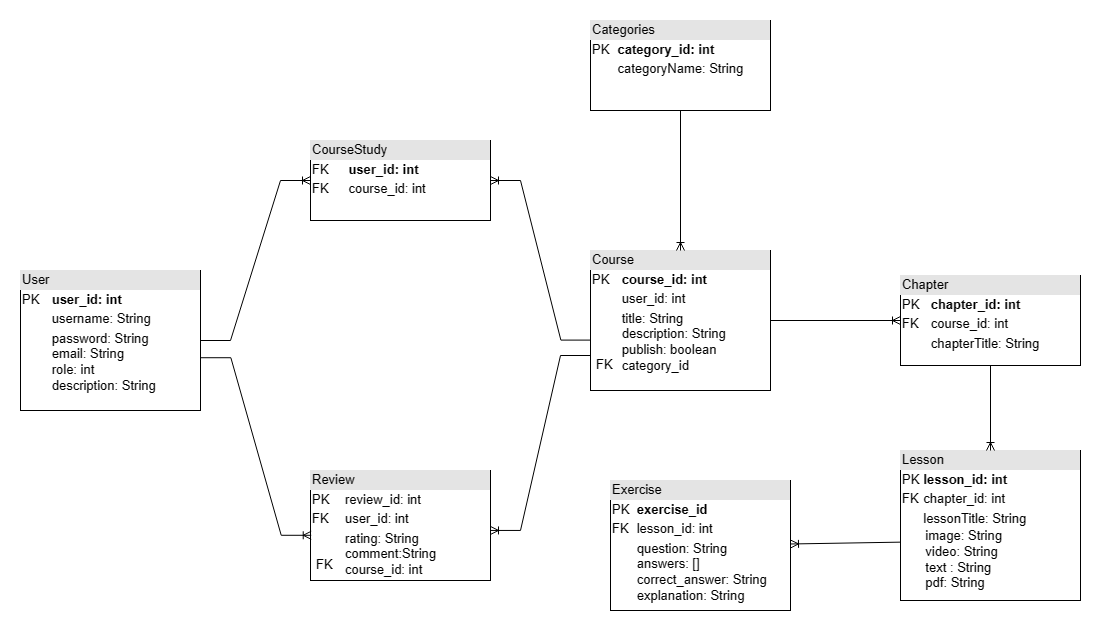
Earlier version of the draw.io export DATN/database.drawio.png (Duong1311/WEB_HOC_TAP). Source tidied: cells renumbered, new cells last; positions are measured from the earlier drawing's top-left corner, leaving out a move shared by most shapes.
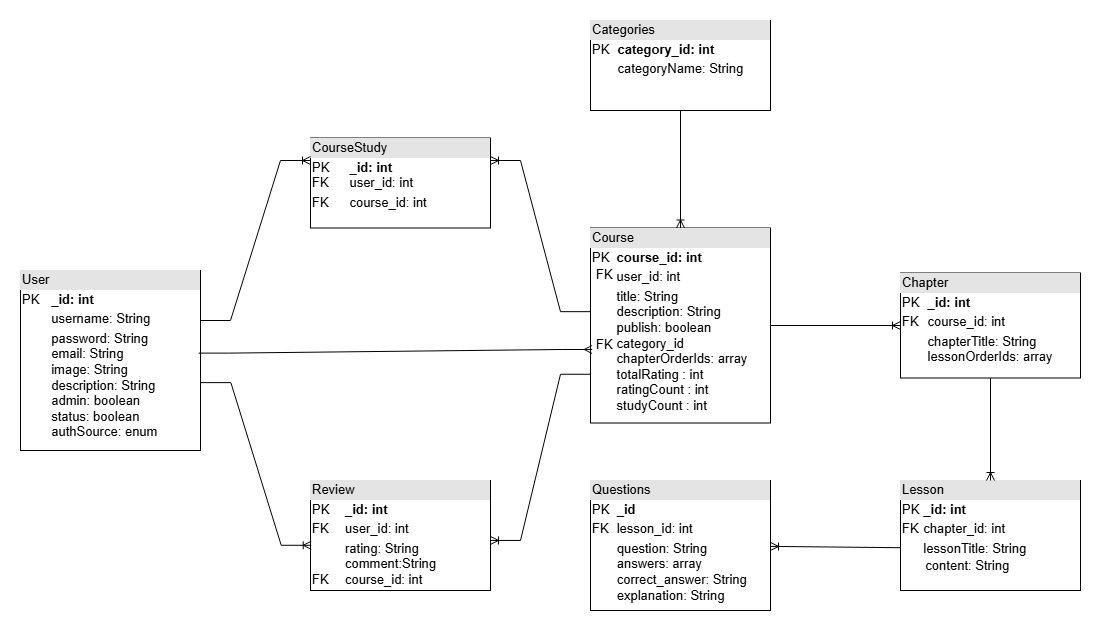
The same diagram one commit later.

What changed in the source:
```diff
@@ -2,34 +2,37 @@
   <root>
     <mxCell id="0" />
     <mxCell id="1" parent="0" />
-    <mxCell id="2" value="&lt;div style=&quot;box-sizing:border-box;width:100%;background:#e4e4e4;padding:2px;&quot;&gt;User&amp;nbsp;&lt;/div&gt;&lt;table style=&quot;width:100%;font-size:1em;&quot; cellpadding=&quot;2&quot; cellspacing=&quot;0&quot;&gt;&lt;tbody&gt;&lt;tr&gt;&lt;td&gt;PK&lt;/td&gt;&lt;td&gt;&lt;b&gt;user_id: int&lt;/b&gt;&lt;/td&gt;&lt;/tr&gt;&lt;tr&gt;&lt;td&gt;&lt;br&gt;&lt;/td&gt;&lt;td&gt;username: String&lt;br&gt;&lt;/td&gt;&lt;/tr&gt;&lt;tr&gt;&lt;td&gt;&lt;/td&gt;&lt;td&gt;&lt;span style=&quot;font-size: 12px;&quot;&gt;password: String&lt;br&gt;&lt;/span&gt;email: String&lt;br&gt;role: int&lt;br&gt;&lt;span style=&quot;font-size: 12px;&quot;&gt;description: String&lt;/span&gt;&lt;br&gt;&lt;/td&gt;&lt;/tr&gt;&lt;/tbody&gt;&lt;/table&gt;&lt;br&gt;&lt;div&gt;&lt;br&gt;&lt;/div&gt;" style="verticalAlign=top;align=left;overflow=fill;html=1;whiteSpace=wrap;" parent="1" vertex="1">
-      <mxGeometry y="250" width="180" height="140" as="geometry" />
+    <mxCell id="2" value="&lt;div style=&quot;box-sizing:border-box;width:100%;background:#e4e4e4;padding:2px;&quot;&gt;User&amp;nbsp;&lt;/div&gt;&lt;table style=&quot;width:100%;font-size:1em;&quot; cellpadding=&quot;2&quot; cellspacing=&quot;0&quot;&gt;&lt;tbody&gt;&lt;tr&gt;&lt;td&gt;PK&lt;/td&gt;&lt;td&gt;&lt;b&gt;_id: int&lt;/b&gt;&lt;/td&gt;&lt;/tr&gt;&lt;tr&gt;&lt;td&gt;&lt;br&gt;&lt;/td&gt;&lt;td&gt;username: String&lt;br&gt;&lt;/td&gt;&lt;/tr&gt;&lt;tr&gt;&lt;td&gt;&lt;/td&gt;&lt;td&gt;&lt;span style=&quot;font-size: 12px;&quot;&gt;password: String&lt;br&gt;&lt;/span&gt;email: String&lt;br&gt;image: String&lt;br&gt;&lt;span style=&quot;font-size: 12px;&quot;&gt;description: String&lt;br&gt;&lt;/span&gt;admin: boolean&lt;br&gt;status: boolean&lt;br&gt;&lt;span style=&quot;font-size: 12px;&quot;&gt;authSource: enum&lt;/span&gt;&lt;br&gt;&lt;/td&gt;&lt;/tr&gt;&lt;/tbody&gt;&lt;/table&gt;&lt;br&gt;&lt;div&gt;&lt;br&gt;&lt;/div&gt;" style="verticalAlign=top;align=left;overflow=fill;html=1;whiteSpace=wrap;" parent="1" vertex="1">
+      <mxGeometry y="250" width="180" height="180" as="geometry" />
     </mxCell>
-    <mxCell id="3" value="&lt;div style=&quot;box-sizing:border-box;width:100%;background:#e4e4e4;padding:2px;&quot;&gt;CourseStudy&lt;/div&gt;&lt;table style=&quot;width:100%;font-size:1em;&quot; cellpadding=&quot;2&quot; cellspacing=&quot;0&quot;&gt;&lt;tbody&gt;&lt;tr&gt;&lt;td&gt;FK&lt;/td&gt;&lt;td&gt;&lt;b&gt;user_id: int&lt;br&gt;&lt;/b&gt;&lt;/td&gt;&lt;/tr&gt;&lt;tr&gt;&lt;td&gt;FK&lt;/td&gt;&lt;td&gt;course_id: int&lt;/td&gt;&lt;/tr&gt;&lt;tr&gt;&lt;td&gt;&lt;/td&gt;&lt;td&gt;&lt;br&gt;&lt;/td&gt;&lt;/tr&gt;&lt;/tbody&gt;&lt;/table&gt;" style="verticalAlign=top;align=left;overflow=fill;html=1;whiteSpace=wrap;" parent="1" vertex="1">
-      <mxGeometry x="290" y="120" width="180" height="80" as="geometry" />
+    <mxCell id="3" value="&lt;div style=&quot;box-sizing:border-box;width:100%;background:#e4e4e4;padding:2px;&quot;&gt;CourseStudy&lt;/div&gt;&lt;table style=&quot;width:100%;font-size:1em;&quot; cellpadding=&quot;2&quot; cellspacing=&quot;0&quot;&gt;&lt;tbody&gt;&lt;tr&gt;&lt;td&gt;PK&lt;br&gt;FK&lt;/td&gt;&lt;td&gt;&lt;b&gt;_id: int&lt;/b&gt;&lt;br&gt;user_id: int&lt;br&gt;&lt;/td&gt;&lt;/tr&gt;&lt;tr&gt;&lt;td&gt;FK&lt;/td&gt;&lt;td&gt;course_id: int&lt;br&gt;&lt;/td&gt;&lt;/tr&gt;&lt;tr&gt;&lt;td&gt;&lt;/td&gt;&lt;td&gt;&lt;br&gt;&lt;/td&gt;&lt;/tr&gt;&lt;/tbody&gt;&lt;/table&gt;" style="verticalAlign=top;align=left;overflow=fill;html=1;whiteSpace=wrap;" parent="1" vertex="1">
+      <mxGeometry x="290" y="117.5" width="180" height="90" as="geometry" />
     </mxCell>
-    <mxCell id="4" value="&lt;div style=&quot;box-sizing:border-box;width:100%;background:#e4e4e4;padding:2px;&quot;&gt;Course&lt;/div&gt;&lt;table style=&quot;width:100%;font-size:1em;&quot; cellpadding=&quot;2&quot; cellspacing=&quot;0&quot;&gt;&lt;tbody&gt;&lt;tr&gt;&lt;td&gt;PK&lt;/td&gt;&lt;td&gt;&lt;b&gt;course_id: int&lt;/b&gt;&lt;/td&gt;&lt;/tr&gt;&lt;tr&gt;&lt;td&gt;&lt;br&gt;&lt;/td&gt;&lt;td&gt;user_id: int&lt;br&gt;&lt;/td&gt;&lt;/tr&gt;&lt;tr&gt;&lt;td&gt;&lt;/td&gt;&lt;td&gt;title: String&lt;br&gt;description: String&lt;br&gt;publish: boolean&lt;br&gt;category_id&lt;/td&gt;&lt;/tr&gt;&lt;/tbody&gt;&lt;/table&gt;" style="verticalAlign=top;align=left;overflow=fill;html=1;whiteSpace=wrap;" parent="1" vertex="1">
-      <mxGeometry x="570" y="230" width="180" height="140" as="geometry" />
+    <mxCell id="4" value="&lt;div style=&quot;box-sizing:border-box;width:100%;background:#e4e4e4;padding:2px;&quot;&gt;Course&lt;/div&gt;&lt;table style=&quot;width:100%;font-size:1em;&quot; cellpadding=&quot;2&quot; cellspacing=&quot;0&quot;&gt;&lt;tbody&gt;&lt;tr&gt;&lt;td&gt;PK&lt;/td&gt;&lt;td&gt;&lt;b&gt;course_id: int&lt;/b&gt;&lt;/td&gt;&lt;/tr&gt;&lt;tr&gt;&lt;td&gt;&lt;br&gt;&lt;/td&gt;&lt;td&gt;user_id: int&lt;br&gt;&lt;/td&gt;&lt;/tr&gt;&lt;tr&gt;&lt;td&gt;&lt;/td&gt;&lt;td&gt;title: String&lt;br&gt;description: String&lt;br&gt;publish: boolean&lt;br&gt;category_id&lt;br&gt;&lt;span style=&quot;font-size: 12px;&quot;&gt;chapterOrderIds: array&lt;br&gt;totalRating : int&lt;br&gt;ratingCount : int&lt;br&gt;studyCount : int&lt;/span&gt;&lt;br&gt;&lt;/td&gt;&lt;/tr&gt;&lt;/tbody&gt;&lt;/table&gt;" style="verticalAlign=top;align=left;overflow=fill;html=1;whiteSpace=wrap;" parent="1" vertex="1">
+      <mxGeometry x="570" y="207.5" width="180" height="195" as="geometry" />
     </mxCell>
-    <mxCell id="5" value="&lt;div style=&quot;box-sizing:border-box;width:100%;background:#e4e4e4;padding:2px;&quot;&gt;Review&lt;/div&gt;&lt;table style=&quot;width:100%;font-size:1em;&quot; cellpadding=&quot;2&quot; cellspacing=&quot;0&quot;&gt;&lt;tbody&gt;&lt;tr&gt;&lt;td&gt;PK&lt;/td&gt;&lt;td&gt;review_id: int&lt;br&gt;&lt;/td&gt;&lt;/tr&gt;&lt;tr&gt;&lt;td&gt;FK&lt;br&gt;&lt;/td&gt;&lt;td&gt;user_id: int&lt;/td&gt;&lt;/tr&gt;&lt;tr&gt;&lt;td&gt;&lt;br&gt;&lt;/td&gt;&lt;td&gt;rating: String&lt;br&gt;comment:String&lt;br&gt;course_id: int&lt;/td&gt;&lt;/tr&gt;&lt;/tbody&gt;&lt;/table&gt;" style="verticalAlign=top;align=left;overflow=fill;html=1;whiteSpace=wrap;" parent="1" vertex="1">
-      <mxGeometry x="290" y="450" width="180" height="110" as="geometry" />
+    <mxCell id="5" value="&lt;div style=&quot;box-sizing:border-box;width:100%;background:#e4e4e4;padding:2px;&quot;&gt;Review&lt;/div&gt;&lt;table style=&quot;width:100%;font-size:1em;&quot; cellpadding=&quot;2&quot; cellspacing=&quot;0&quot;&gt;&lt;tbody&gt;&lt;tr&gt;&lt;td&gt;PK&lt;/td&gt;&lt;td&gt;&lt;b&gt;_id: int&lt;/b&gt;&lt;br&gt;&lt;/td&gt;&lt;/tr&gt;&lt;tr&gt;&lt;td&gt;FK&lt;br&gt;&lt;/td&gt;&lt;td&gt;user_id: int&lt;/td&gt;&lt;/tr&gt;&lt;tr&gt;&lt;td&gt;&lt;br&gt;&lt;br&gt;FK&lt;/td&gt;&lt;td&gt;rating: String&lt;br&gt;comment:String&lt;br&gt;course_id: int&lt;/td&gt;&lt;/tr&gt;&lt;/tbody&gt;&lt;/table&gt;" style="verticalAlign=top;align=left;overflow=fill;html=1;whiteSpace=wrap;" parent="1" vertex="1">
+      <mxGeometry x="290" y="460" width="180" height="110" as="geometry" />
     </mxCell>
     <mxCell id="6" value="&lt;div style=&quot;box-sizing:border-box;width:100%;background:#e4e4e4;padding:2px;&quot;&gt;&lt;span style=&quot;font-size: 12px;&quot;&gt;Categories&lt;/span&gt;&lt;br&gt;&lt;/div&gt;&lt;table style=&quot;width:100%;font-size:1em;&quot; cellpadding=&quot;2&quot; cellspacing=&quot;0&quot;&gt;&lt;tbody&gt;&lt;tr&gt;&lt;td&gt;PK&lt;/td&gt;&lt;td&gt;&lt;b&gt;category_id: int&lt;/b&gt;&lt;/td&gt;&lt;/tr&gt;&lt;tr&gt;&lt;td&gt;&lt;br&gt;&lt;/td&gt;&lt;td&gt;categoryName: String&lt;/td&gt;&lt;/tr&gt;&lt;tr&gt;&lt;td&gt;&lt;/td&gt;&lt;td&gt;&lt;br&gt;&lt;/td&gt;&lt;/tr&gt;&lt;/tbody&gt;&lt;/table&gt;" style="verticalAlign=top;align=left;overflow=fill;html=1;whiteSpace=wrap;" parent="1" vertex="1">
       <mxGeometry x="570" width="180" height="90" as="geometry" />
     </mxCell>
-    <mxCell id="7" value="&lt;div style=&quot;box-sizing:border-box;width:100%;background:#e4e4e4;padding:2px;&quot;&gt;Chapter&lt;/div&gt;&lt;table style=&quot;width:100%;font-size:1em;&quot; cellpadding=&quot;2&quot; cellspacing=&quot;0&quot;&gt;&lt;tbody&gt;&lt;tr&gt;&lt;td&gt;PK&lt;/td&gt;&lt;td&gt;&lt;span style=&quot;font-size: 12px;&quot;&gt;&lt;b&gt;chapter_id: int&lt;/b&gt;&lt;/span&gt;&lt;/td&gt;&lt;/tr&gt;&lt;tr&gt;&lt;td&gt;FK&lt;/td&gt;&lt;td&gt;course_id: int&lt;/td&gt;&lt;/tr&gt;&lt;tr&gt;&lt;td&gt;&lt;/td&gt;&lt;td&gt;chapterTitle: String&lt;br&gt;&lt;br&gt;&lt;/td&gt;&lt;/tr&gt;&lt;/tbody&gt;&lt;/table&gt;" style="verticalAlign=top;align=left;overflow=fill;html=1;whiteSpace=wrap;" parent="1" vertex="1">
-      <mxGeometry x="880" y="255" width="180" height="90" as="geometry" />
+    <mxCell id="7" value="&lt;div style=&quot;box-sizing:border-box;width:100%;background:#e4e4e4;padding:2px;&quot;&gt;Chapter&lt;/div&gt;&lt;table style=&quot;width:100%;font-size:1em;&quot; cellpadding=&quot;2&quot; cellspacing=&quot;0&quot;&gt;&lt;tbody&gt;&lt;tr&gt;&lt;td&gt;PK&lt;/td&gt;&lt;td&gt;&lt;span style=&quot;font-size: 12px;&quot;&gt;&lt;b&gt;_id: int&lt;/b&gt;&lt;/span&gt;&lt;/td&gt;&lt;/tr&gt;&lt;tr&gt;&lt;td&gt;FK&lt;/td&gt;&lt;td&gt;course_id: int&lt;/td&gt;&lt;/tr&gt;&lt;tr&gt;&lt;td&gt;&lt;/td&gt;&lt;td&gt;chapterTitle: String&lt;br&gt;&lt;span style=&quot;font-size: 12px;&quot;&gt;lessonOrderIds: array&lt;/span&gt;&lt;br&gt;&lt;br&gt;&lt;/td&gt;&lt;/tr&gt;&lt;/tbody&gt;&lt;/table&gt;" style="verticalAlign=top;align=left;overflow=fill;html=1;whiteSpace=wrap;" parent="1" vertex="1">
+      <mxGeometry x="880" y="252.5" width="180" height="105" as="geometry" />
     </mxCell>
-    <mxCell id="8" value="&lt;div style=&quot;box-sizing:border-box;width:100%;background:#e4e4e4;padding:2px;&quot;&gt;Lesson&lt;/div&gt;&lt;table style=&quot;width:100%;font-size:1em;&quot; cellpadding=&quot;2&quot; cellspacing=&quot;0&quot;&gt;&lt;tbody&gt;&lt;tr&gt;&lt;td&gt;PK&lt;/td&gt;&lt;td&gt;&lt;b&gt;lesson_id: int&lt;/b&gt;&lt;/td&gt;&lt;/tr&gt;&lt;tr&gt;&lt;td&gt;FK&lt;/td&gt;&lt;td&gt;chapter_id: int&lt;/td&gt;&lt;/tr&gt;&lt;tr&gt;&lt;td&gt;&lt;/td&gt;&lt;td&gt;lessonTitle: String&lt;br&gt;&lt;table style=&quot;font-size: 1em; width: 180px;&quot; cellpadding=&quot;2&quot; cellspacing=&quot;0&quot;&gt;&lt;tbody&gt;&lt;tr&gt;&lt;td&gt;image: String&lt;br&gt;video: String&lt;br&gt;text : String&lt;br&gt;pdf: String&lt;/td&gt;&lt;/tr&gt;&lt;/tbody&gt;&lt;/table&gt;&lt;/td&gt;&lt;/tr&gt;&lt;/tbody&gt;&lt;/table&gt;" style="verticalAlign=top;align=left;overflow=fill;html=1;whiteSpace=wrap;" parent="1" vertex="1">
-      <mxGeometry x="880" y="430" width="180" height="150" as="geometry" />
+    <mxCell id="8" value="&lt;div style=&quot;box-sizing:border-box;width:100%;background:#e4e4e4;padding:2px;&quot;&gt;Lesson&lt;/div&gt;&lt;table style=&quot;width:100%;font-size:1em;&quot; cellpadding=&quot;2&quot; cellspacing=&quot;0&quot;&gt;&lt;tbody&gt;&lt;tr&gt;&lt;td&gt;PK&lt;/td&gt;&lt;td&gt;&lt;b&gt;_id: int&lt;/b&gt;&lt;/td&gt;&lt;/tr&gt;&lt;tr&gt;&lt;td&gt;FK&lt;/td&gt;&lt;td&gt;chapter_id: int&lt;/td&gt;&lt;/tr&gt;&lt;tr&gt;&lt;td&gt;&lt;/td&gt;&lt;td&gt;lessonTitle: String&lt;br&gt;&lt;table style=&quot;font-size: 1em; width: 180px;&quot; cellpadding=&quot;2&quot; cellspacing=&quot;0&quot;&gt;&lt;tbody&gt;&lt;tr&gt;&lt;td&gt;content: String&lt;/td&gt;&lt;/tr&gt;&lt;/tbody&gt;&lt;/table&gt;&lt;/td&gt;&lt;/tr&gt;&lt;/tbody&gt;&lt;/table&gt;" style="verticalAlign=top;align=left;overflow=fill;html=1;whiteSpace=wrap;" parent="1" vertex="1">
+      <mxGeometry x="880" y="460" width="180" height="110" as="geometry" />
     </mxCell>
-    <mxCell id="9" value="&lt;div style=&quot;box-sizing:border-box;width:100%;background:#e4e4e4;padding:2px;&quot;&gt;Exercise&lt;/div&gt;&lt;table style=&quot;width:100%;font-size:1em;&quot; cellpadding=&quot;2&quot; cellspacing=&quot;0&quot;&gt;&lt;tbody&gt;&lt;tr&gt;&lt;td&gt;PK&lt;/td&gt;&lt;td&gt;&lt;b&gt;exercise_id&lt;/b&gt;&lt;/td&gt;&lt;/tr&gt;&lt;tr&gt;&lt;td&gt;FK&lt;/td&gt;&lt;td&gt;lesson_id: int&lt;/td&gt;&lt;/tr&gt;&lt;tr&gt;&lt;td&gt;&lt;/td&gt;&lt;td&gt;question: String&lt;br&gt;answers: []&lt;br&gt;&lt;span style=&quot;font-size: 12px;&quot;&gt;correct_answer: String&lt;br&gt;explanation: String&lt;/span&gt;&lt;br&gt;&lt;/td&gt;&lt;/tr&gt;&lt;/tbody&gt;&lt;/table&gt;" style="verticalAlign=top;align=left;overflow=fill;html=1;whiteSpace=wrap;" parent="1" vertex="1">
-      <mxGeometry x="590" y="460" width="180" height="130" as="geometry" />
+    <mxCell id="9" value="&lt;div style=&quot;box-sizing:border-box;width:100%;background:#e4e4e4;padding:2px;&quot;&gt;Questions&lt;/div&gt;&lt;table style=&quot;width:100%;font-size:1em;&quot; cellpadding=&quot;2&quot; cellspacing=&quot;0&quot;&gt;&lt;tbody&gt;&lt;tr&gt;&lt;td&gt;PK&lt;/td&gt;&lt;td&gt;&lt;b&gt;_id&lt;/b&gt;&lt;/td&gt;&lt;/tr&gt;&lt;tr&gt;&lt;td&gt;FK&lt;/td&gt;&lt;td&gt;lesson_id: int&lt;/td&gt;&lt;/tr&gt;&lt;tr&gt;&lt;td&gt;&lt;/td&gt;&lt;td&gt;question: String&lt;br&gt;answers: array&lt;br&gt;&lt;span style=&quot;font-size: 12px;&quot;&gt;correct_answer: String&lt;br&gt;explanation: String&lt;/span&gt;&lt;br&gt;&lt;/td&gt;&lt;/tr&gt;&lt;/tbody&gt;&lt;/table&gt;" style="verticalAlign=top;align=left;overflow=fill;html=1;whiteSpace=wrap;" parent="1" vertex="1">
+      <mxGeometry x="570" y="460" width="180" height="130" as="geometry" />
     </mxCell>
-    <mxCell id="10" style="edgeStyle=entityRelationEdgeStyle;fontSize=12;html=1;endArrow=ERoneToMany;rounded=0;entryX=0;entryY=0.5;entryDx=0;entryDy=0;" parent="1" edge="1" source="2" target="3">
-      <mxGeometry relative="1" as="geometry" />
+    <mxCell id="10" style="edgeStyle=entityRelationEdgeStyle;fontSize=12;html=1;endArrow=ERoneToMany;rounded=0;entryX=0;entryY=0.5;entryDx=0;entryDy=0;" parent="1" edge="1">
+      <mxGeometry relative="1" as="geometry">
+        <mxPoint x="180" y="300" as="sourcePoint" />
+        <mxPoint x="290" y="140" as="targetPoint" />
+      </mxGeometry>
     </mxCell>
-    <mxCell id="11" style="edgeStyle=entityRelationEdgeStyle;fontSize=12;html=1;endArrow=ERoneToMany;rounded=0;exitX=0.002;exitY=0.64;exitDx=0;exitDy=0;exitPerimeter=0;" parent="1" edge="1" source="4" target="3">
+    <mxCell id="11" style="fontSize=12;html=1;endArrow=ERoneToMany;rounded=0;exitX=0;exitY=0.429;exitDx=0;exitDy=0;exitPerimeter=0;elbow=vertical;edgeStyle=entityRelationEdgeStyle;entryX=1;entryY=0.25;entryDx=0;entryDy=0;" parent="1" edge="1" source="4" target="3">
       <mxGeometry relative="1" as="geometry" />
     </mxCell>
     <mxCell id="12" style="edgeStyle=entityRelationEdgeStyle;fontSize=12;html=1;endArrow=ERoneToMany;rounded=0;exitX=1.002;exitY=0.623;exitDx=0;exitDy=0;exitPerimeter=0;entryX=0.004;entryY=0.589;entryDx=0;entryDy=0;entryPerimeter=0;" parent="1" edge="1" source="2" target="5">
@@ -50,11 +53,14 @@
     <mxCell id="17" style="fontSize=12;html=1;endArrow=ERoneToMany;rounded=0;exitX=0.5;exitY=1;exitDx=0;exitDy=0;entryX=0.5;entryY=0;entryDx=0;entryDy=0;" parent="1" edge="1" source="6" target="4">
       <mxGeometry relative="1" as="geometry" />
     </mxCell>
+    <mxCell id="19" value="FK" style="text;strokeColor=none;fillColor=none;spacingLeft=4;spacingRight=4;overflow=hidden;fontSize=12;whiteSpace=wrap;html=1;" parent="1" vertex="1">
+      <mxGeometry x="570" y="310" width="40" height="30" as="geometry" />
+    </mxCell>
+    <mxCell id="20" style="edgeStyle=entityRelationEdgeStyle;fontSize=12;html=1;endArrow=ERmany;rounded=0;exitX=0.99;exitY=0.459;exitDx=0;exitDy=0;exitPerimeter=0;entryX=0.009;entryY=0.623;entryDx=0;entryDy=0;entryPerimeter=0;" parent="1" edge="1" source="2" target="4">
+      <mxGeometry relative="1" as="geometry" />
+    </mxCell>
     <mxCell id="18" value="FK" style="text;strokeColor=none;fillColor=none;spacingLeft=4;spacingRight=4;overflow=hidden;fontSize=12;whiteSpace=wrap;html=1;" parent="1" vertex="1">
-      <mxGeometry x="290" y="530" width="40" height="30" as="geometry" />
+      <mxGeometry x="570" y="240" width="40" height="30" as="geometry" />
     </mxCell>
-    <mxCell id="19" value="FK" style="text;strokeColor=none;fillColor=none;spacingLeft=4;spacingRight=4;overflow=hidden;fontSize=12;whiteSpace=wrap;html=1;" parent="1" vertex="1">
-      <mxGeometry x="570" y="330" width="40" height="30" as="geometry" />
-    </mxCell>
   </root>
 </mxGraphModel>
```
